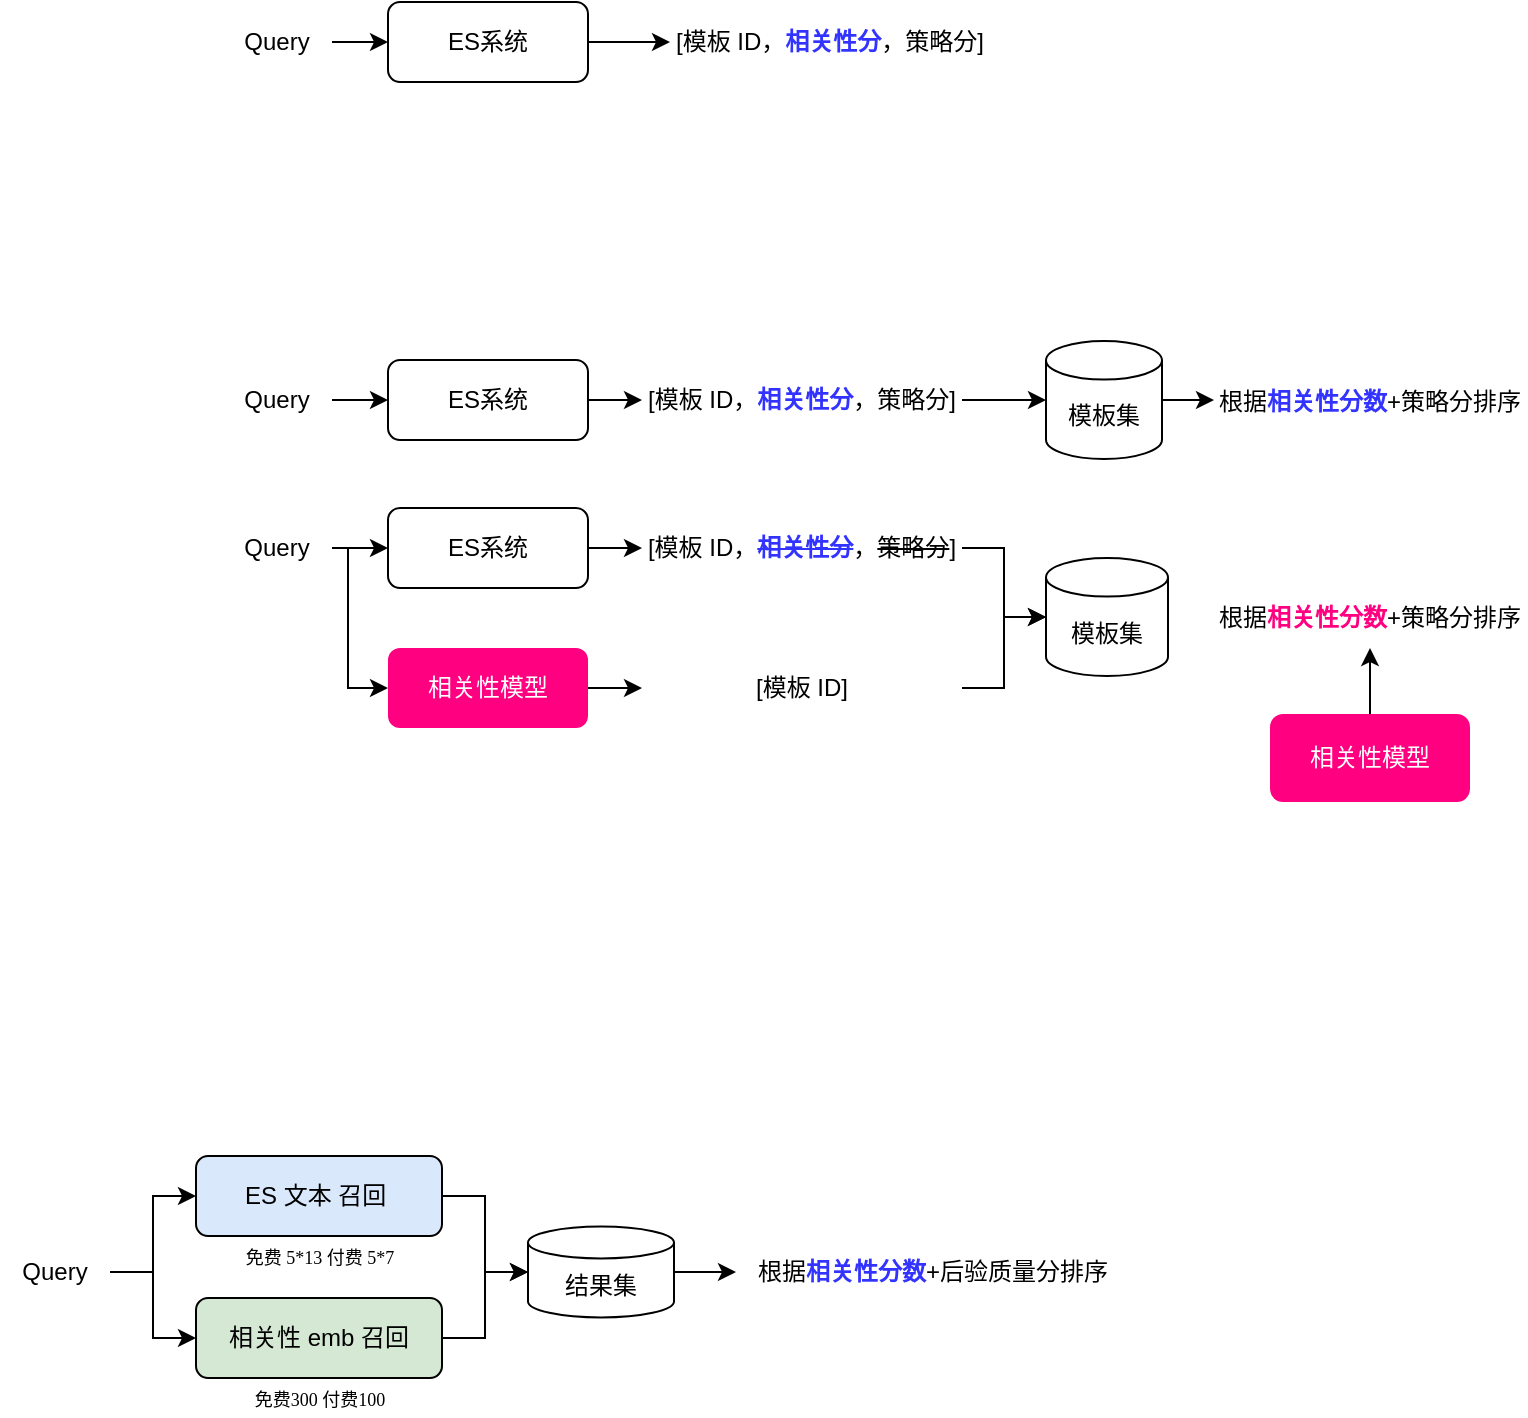
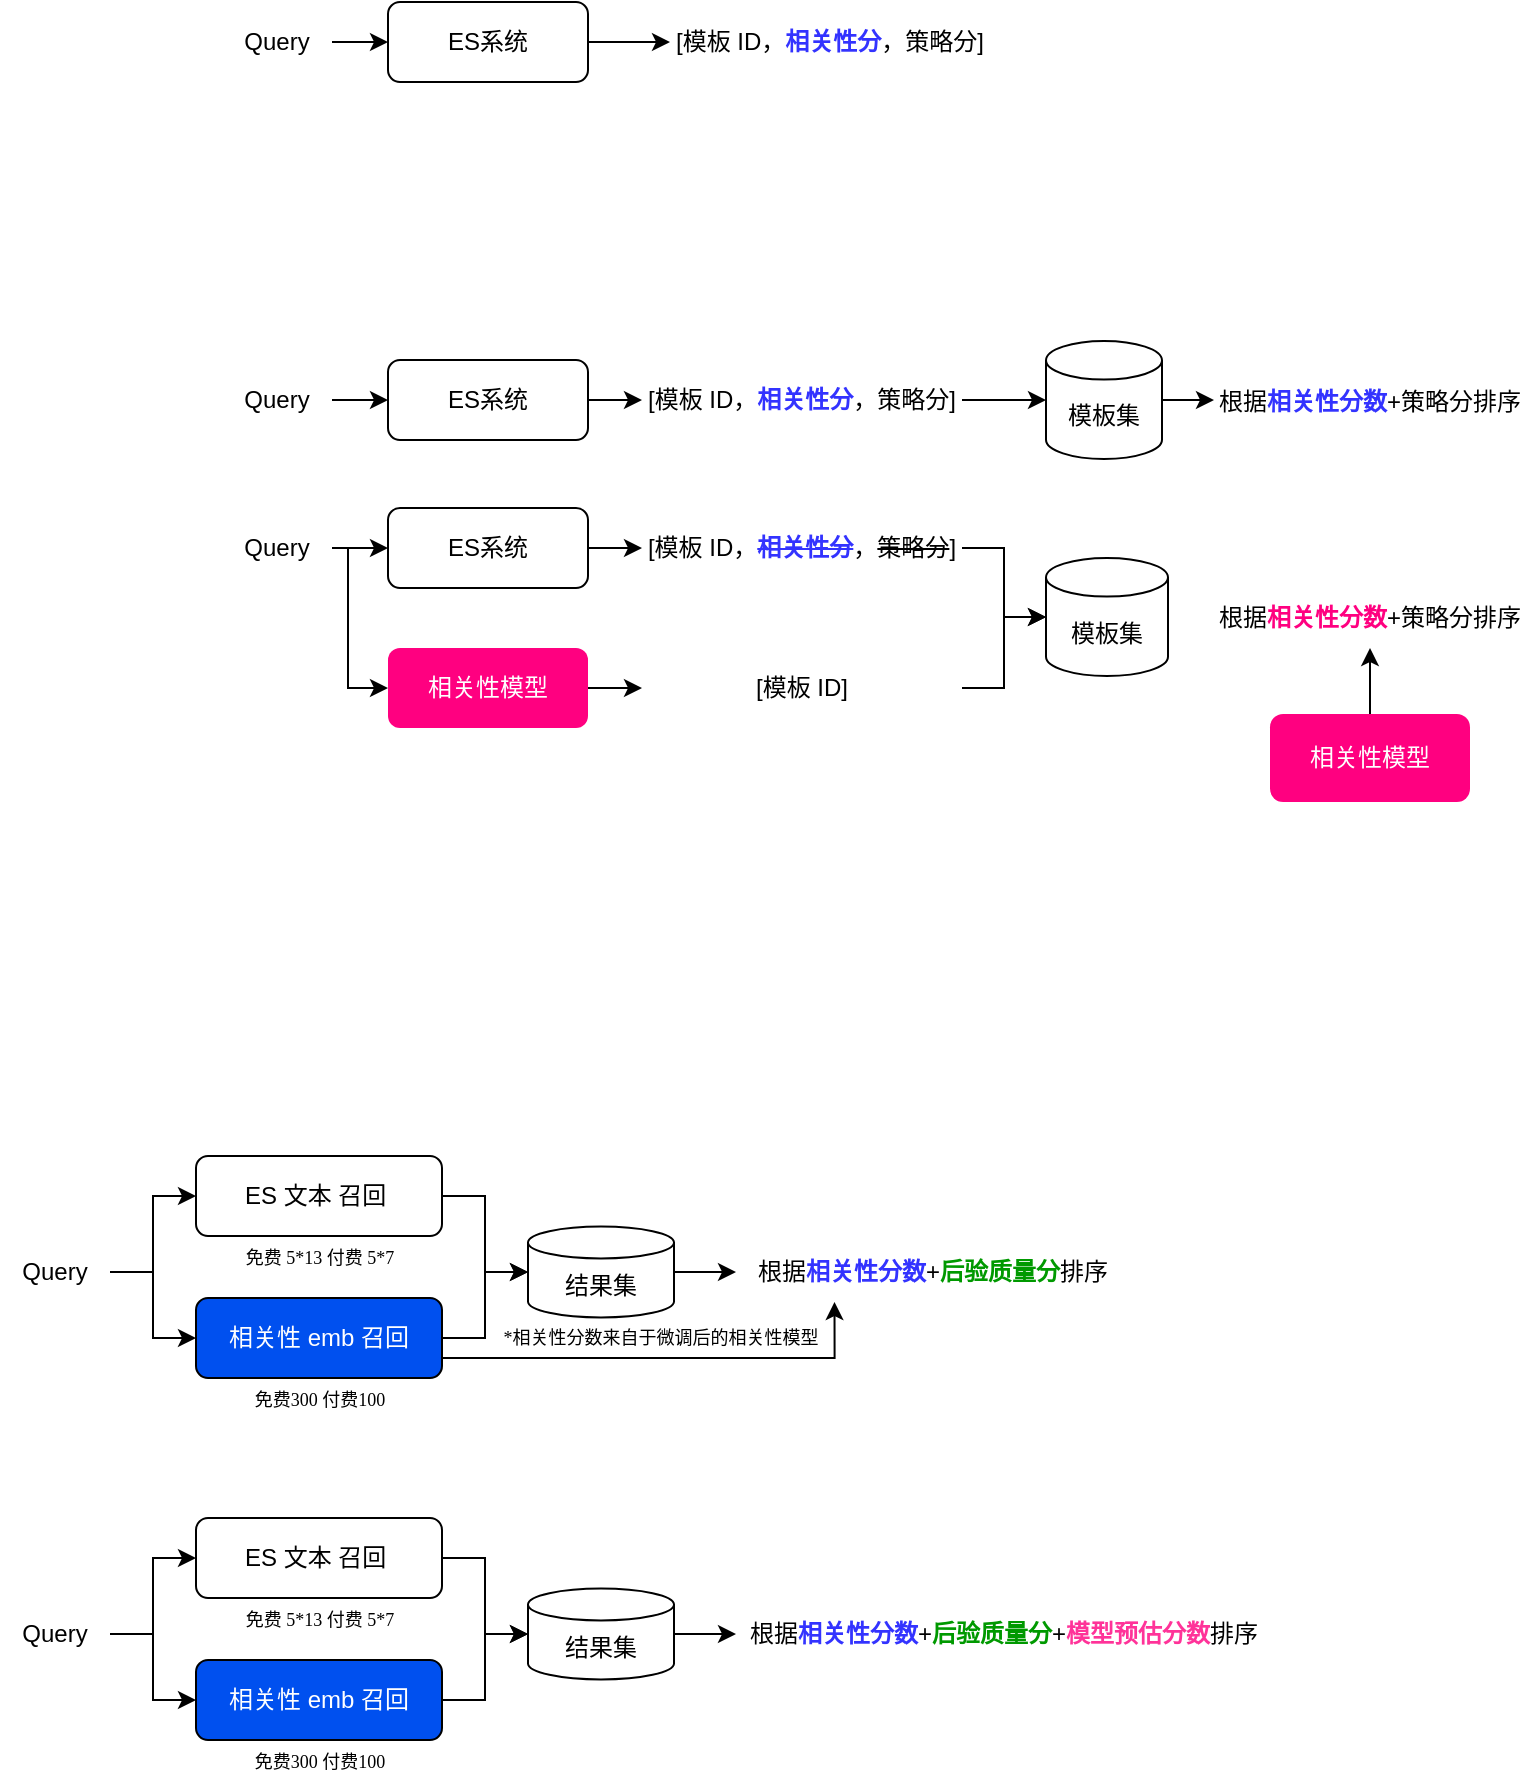
<mxfile host="app.diagrams.net" agent="Mozilla/5.0 (Macintosh; Intel Mac OS X 10_15_7) AppleWebKit/537.36 (KHTML, like Gecko) Chrome/144.0.0.0 Safari/537.36">
  <diagram name="第 1 页" id="uyMwIPwE8jGqM493bscI">
    <mxGraphModel dx="873" dy="504" grid="0" gridSize="10" guides="1" tooltips="1" connect="1" arrows="1" fold="1" page="0" pageScale="1" pageWidth="827" pageHeight="1169" math="0" shadow="0">
      <root>
        <mxCell id="0" />
        <mxCell id="1" parent="0" />
        <mxCell id="O6CiZJdHcVNpomKDh7BP-5" edge="1" parent="1" source="O6CiZJdHcVNpomKDh7BP-1" style="edgeStyle=orthogonalEdgeStyle;rounded=0;orthogonalLoop=1;jettySize=auto;html=1;" target="O6CiZJdHcVNpomKDh7BP-4" value="">
          <mxGeometry relative="1" as="geometry" />
        </mxCell>
        <mxCell id="O6CiZJdHcVNpomKDh7BP-1" parent="1" style="rounded=1;whiteSpace=wrap;html=1;" value="ES系统" vertex="1">
          <mxGeometry height="40" width="100" x="239" y="200" as="geometry" />
        </mxCell>
        <mxCell id="O6CiZJdHcVNpomKDh7BP-3" edge="1" parent="1" source="O6CiZJdHcVNpomKDh7BP-2" style="edgeStyle=orthogonalEdgeStyle;rounded=0;orthogonalLoop=1;jettySize=auto;html=1;" target="O6CiZJdHcVNpomKDh7BP-1" value="">
          <mxGeometry relative="1" as="geometry" />
        </mxCell>
        <mxCell id="O6CiZJdHcVNpomKDh7BP-2" parent="1" style="text;html=1;whiteSpace=wrap;strokeColor=none;fillColor=none;align=center;verticalAlign=middle;rounded=0;" value="Query" vertex="1">
          <mxGeometry height="30" width="55" x="156" y="205" as="geometry" />
        </mxCell>
        <mxCell id="O6CiZJdHcVNpomKDh7BP-4" parent="1" style="text;html=1;whiteSpace=wrap;strokeColor=none;fillColor=none;align=center;verticalAlign=middle;rounded=0;" value="[模板 ID，&lt;font style=&quot;color: rgb(51, 51, 255);&quot;&gt;&lt;b&gt;相关性分&lt;/b&gt;&lt;/font&gt;，策略分]" vertex="1">
          <mxGeometry height="30" width="160" x="380" y="205" as="geometry" />
        </mxCell>
        <mxCell id="O6CiZJdHcVNpomKDh7BP-6" edge="1" parent="1" source="O6CiZJdHcVNpomKDh7BP-7" style="edgeStyle=orthogonalEdgeStyle;rounded=0;orthogonalLoop=1;jettySize=auto;html=1;" target="O6CiZJdHcVNpomKDh7BP-10" value="">
          <mxGeometry relative="1" as="geometry" />
        </mxCell>
        <mxCell id="O6CiZJdHcVNpomKDh7BP-7" parent="1" style="rounded=1;whiteSpace=wrap;html=1;" value="ES系统" vertex="1">
          <mxGeometry height="40" width="100" x="239" y="379" as="geometry" />
        </mxCell>
        <mxCell id="O6CiZJdHcVNpomKDh7BP-8" edge="1" parent="1" source="O6CiZJdHcVNpomKDh7BP-9" style="edgeStyle=orthogonalEdgeStyle;rounded=0;orthogonalLoop=1;jettySize=auto;html=1;" target="O6CiZJdHcVNpomKDh7BP-7" value="">
          <mxGeometry relative="1" as="geometry" />
        </mxCell>
        <mxCell id="O6CiZJdHcVNpomKDh7BP-9" parent="1" style="text;html=1;whiteSpace=wrap;strokeColor=none;fillColor=none;align=center;verticalAlign=middle;rounded=0;" value="Query" vertex="1">
          <mxGeometry height="30" width="55" x="156" y="384" as="geometry" />
        </mxCell>
        <mxCell id="O6CiZJdHcVNpomKDh7BP-28" edge="1" parent="1" source="O6CiZJdHcVNpomKDh7BP-10" style="edgeStyle=orthogonalEdgeStyle;rounded=0;orthogonalLoop=1;jettySize=auto;html=1;exitX=1;exitY=0.5;exitDx=0;exitDy=0;" target="O6CiZJdHcVNpomKDh7BP-27">
          <mxGeometry relative="1" as="geometry" />
        </mxCell>
        <mxCell id="O6CiZJdHcVNpomKDh7BP-10" parent="1" style="text;html=1;whiteSpace=wrap;strokeColor=none;fillColor=none;align=center;verticalAlign=middle;rounded=0;" value="[模板 ID，&lt;font style=&quot;color: rgb(51, 51, 255);&quot;&gt;&lt;b&gt;相关性分&lt;/b&gt;&lt;/font&gt;，策略分]" vertex="1">
          <mxGeometry height="30" width="160" x="366" y="384" as="geometry" />
        </mxCell>
        <mxCell id="O6CiZJdHcVNpomKDh7BP-14" edge="1" parent="1" source="O6CiZJdHcVNpomKDh7BP-11" style="edgeStyle=orthogonalEdgeStyle;rounded=0;orthogonalLoop=1;jettySize=auto;html=1;" target="O6CiZJdHcVNpomKDh7BP-12" value="">
          <mxGeometry relative="1" as="geometry" />
        </mxCell>
        <mxCell id="O6CiZJdHcVNpomKDh7BP-15" edge="1" parent="1" source="O6CiZJdHcVNpomKDh7BP-11" style="edgeStyle=orthogonalEdgeStyle;rounded=0;orthogonalLoop=1;jettySize=auto;html=1;exitX=1;exitY=0.5;exitDx=0;exitDy=0;entryX=0;entryY=0.5;entryDx=0;entryDy=0;" target="O6CiZJdHcVNpomKDh7BP-18">
          <mxGeometry relative="1" as="geometry">
            <Array as="points">
              <mxPoint x="219" y="473" />
              <mxPoint x="219" y="543" />
              <mxPoint x="239" y="543" />
            </Array>
            <mxPoint x="239" y="543" as="targetPoint" />
          </mxGeometry>
        </mxCell>
        <mxCell id="O6CiZJdHcVNpomKDh7BP-11" parent="1" style="text;html=1;whiteSpace=wrap;strokeColor=none;fillColor=none;align=center;verticalAlign=middle;rounded=0;" value="Query" vertex="1">
          <mxGeometry height="30" width="55" x="156" y="458" as="geometry" />
        </mxCell>
        <mxCell id="O6CiZJdHcVNpomKDh7BP-17" edge="1" parent="1" source="O6CiZJdHcVNpomKDh7BP-12" style="edgeStyle=orthogonalEdgeStyle;rounded=0;orthogonalLoop=1;jettySize=auto;html=1;exitX=1;exitY=0.5;exitDx=0;exitDy=0;entryX=0;entryY=0.5;entryDx=0;entryDy=0;" target="O6CiZJdHcVNpomKDh7BP-16">
          <mxGeometry relative="1" as="geometry" />
        </mxCell>
        <mxCell id="O6CiZJdHcVNpomKDh7BP-12" parent="1" style="rounded=1;whiteSpace=wrap;html=1;" value="ES系统" vertex="1">
          <mxGeometry height="40" width="100" x="239" y="453" as="geometry" />
        </mxCell>
        <mxCell id="O6CiZJdHcVNpomKDh7BP-24" edge="1" parent="1" source="O6CiZJdHcVNpomKDh7BP-16" style="edgeStyle=orthogonalEdgeStyle;rounded=0;orthogonalLoop=1;jettySize=auto;html=1;exitX=1;exitY=0.5;exitDx=0;exitDy=0;" target="O6CiZJdHcVNpomKDh7BP-23">
          <mxGeometry relative="1" as="geometry" />
        </mxCell>
        <mxCell id="O6CiZJdHcVNpomKDh7BP-16" parent="1" style="text;html=1;whiteSpace=wrap;strokeColor=none;fillColor=none;align=center;verticalAlign=middle;rounded=0;" value="[模板 ID，&lt;font style=&quot;color: rgb(51, 51, 255);&quot;&gt;&lt;b&gt;&lt;strike&gt;相关性分&lt;/strike&gt;&lt;/b&gt;&lt;/font&gt;，&lt;strike&gt;策略分&lt;/strike&gt;]" vertex="1">
          <mxGeometry height="30" width="160" x="366" y="458" as="geometry" />
        </mxCell>
        <mxCell id="O6CiZJdHcVNpomKDh7BP-20" edge="1" parent="1" source="O6CiZJdHcVNpomKDh7BP-18" style="edgeStyle=orthogonalEdgeStyle;rounded=0;orthogonalLoop=1;jettySize=auto;html=1;" target="O6CiZJdHcVNpomKDh7BP-19">
          <mxGeometry relative="1" as="geometry" />
        </mxCell>
        <mxCell id="O6CiZJdHcVNpomKDh7BP-18" parent="1" style="rounded=1;whiteSpace=wrap;html=1;strokeColor=none;fontColor=#FFFFFF;fillColor=#FF0080;" value="相关性模型" vertex="1">
          <mxGeometry height="40" width="100" x="239" y="523" as="geometry" />
        </mxCell>
        <mxCell id="O6CiZJdHcVNpomKDh7BP-19" parent="1" style="text;html=1;whiteSpace=wrap;strokeColor=none;fillColor=none;align=center;verticalAlign=middle;rounded=0;" value="[模板 ID]" vertex="1">
          <mxGeometry height="30" width="160" x="366" y="528" as="geometry" />
        </mxCell>
        <mxCell id="O6CiZJdHcVNpomKDh7BP-32" edge="1" parent="1" source="O6CiZJdHcVNpomKDh7BP-21" style="edgeStyle=orthogonalEdgeStyle;rounded=0;orthogonalLoop=1;jettySize=auto;html=1;entryX=0.5;entryY=1;entryDx=0;entryDy=0;" target="O6CiZJdHcVNpomKDh7BP-31">
          <mxGeometry relative="1" as="geometry" />
        </mxCell>
        <mxCell id="O6CiZJdHcVNpomKDh7BP-21" parent="1" style="rounded=1;whiteSpace=wrap;html=1;fillColor=#FF0080;strokeColor=none;fontColor=#FFFFFF;" value="相关性模型" vertex="1">
          <mxGeometry height="44" width="100" x="680" y="556" as="geometry" />
        </mxCell>
        <mxCell id="O6CiZJdHcVNpomKDh7BP-23" parent="1" style="shape=cylinder3;whiteSpace=wrap;html=1;boundedLbl=1;backgroundOutline=1;size=9.647058823529392;" value="模板集" vertex="1">
          <mxGeometry height="59" width="61" x="568" y="478" as="geometry" />
        </mxCell>
        <mxCell id="O6CiZJdHcVNpomKDh7BP-26" edge="1" parent="1" source="O6CiZJdHcVNpomKDh7BP-19" style="edgeStyle=orthogonalEdgeStyle;rounded=0;orthogonalLoop=1;jettySize=auto;html=1;exitX=1;exitY=0.5;exitDx=0;exitDy=0;entryX=0;entryY=0.5;entryDx=0;entryDy=0;entryPerimeter=0;" target="O6CiZJdHcVNpomKDh7BP-23">
          <mxGeometry relative="1" as="geometry" />
        </mxCell>
        <mxCell id="O6CiZJdHcVNpomKDh7BP-30" edge="1" parent="1" source="O6CiZJdHcVNpomKDh7BP-27" style="edgeStyle=orthogonalEdgeStyle;rounded=0;orthogonalLoop=1;jettySize=auto;html=1;exitX=1;exitY=0.5;exitDx=0;exitDy=0;exitPerimeter=0;entryX=0;entryY=0.5;entryDx=0;entryDy=0;" target="O6CiZJdHcVNpomKDh7BP-29">
          <mxGeometry relative="1" as="geometry" />
        </mxCell>
        <mxCell id="O6CiZJdHcVNpomKDh7BP-27" parent="1" style="shape=cylinder3;whiteSpace=wrap;html=1;boundedLbl=1;backgroundOutline=1;size=9.647058823529392;" value="模板集" vertex="1">
          <mxGeometry height="59" width="58" x="568" y="369.5" as="geometry" />
        </mxCell>
        <mxCell id="O6CiZJdHcVNpomKDh7BP-29" parent="1" style="text;html=1;whiteSpace=wrap;strokeColor=none;fillColor=none;align=center;verticalAlign=middle;rounded=0;" value="根据&lt;font style=&quot;color: rgb(51, 51, 255);&quot;&gt;&lt;b&gt;相关性分数&lt;/b&gt;&lt;/font&gt;+策略分排序" vertex="1">
          <mxGeometry height="31" width="156" x="652" y="384" as="geometry" />
        </mxCell>
        <mxCell id="O6CiZJdHcVNpomKDh7BP-31" parent="1" style="text;html=1;whiteSpace=wrap;strokeColor=none;fillColor=none;align=center;verticalAlign=middle;rounded=0;" value="根据&lt;font style=&quot;color: rgb(255, 0, 128);&quot;&gt;&lt;b&gt;相关性分数&lt;/b&gt;&lt;/font&gt;+策略分排序" vertex="1">
          <mxGeometry height="31" width="156" x="652" y="492" as="geometry" />
        </mxCell>
        <mxCell id="GK8AZQt4zVpxBLM8WsAE-4" edge="1" parent="1" source="GK8AZQt4zVpxBLM8WsAE-1" style="edgeStyle=orthogonalEdgeStyle;rounded=0;orthogonalLoop=1;jettySize=auto;html=1;entryX=0;entryY=0.5;entryDx=0;entryDy=0;" target="GK8AZQt4zVpxBLM8WsAE-2">
          <mxGeometry relative="1" as="geometry" />
        </mxCell>
        <mxCell id="GK8AZQt4zVpxBLM8WsAE-5" edge="1" parent="1" source="GK8AZQt4zVpxBLM8WsAE-1" style="edgeStyle=orthogonalEdgeStyle;rounded=0;orthogonalLoop=1;jettySize=auto;html=1;exitX=1;exitY=0.5;exitDx=0;exitDy=0;entryX=0;entryY=0.5;entryDx=0;entryDy=0;" target="GK8AZQt4zVpxBLM8WsAE-3">
          <mxGeometry relative="1" as="geometry" />
        </mxCell>
        <mxCell id="GK8AZQt4zVpxBLM8WsAE-1" parent="1" style="text;html=1;whiteSpace=wrap;strokeColor=none;fillColor=none;align=center;verticalAlign=middle;rounded=0;" value="Query" vertex="1">
          <mxGeometry height="30" width="55" x="45" y="820" as="geometry" />
        </mxCell>
        <mxCell id="GK8AZQt4zVpxBLM8WsAE-6" edge="1" parent="1" source="GK8AZQt4zVpxBLM8WsAE-2" style="edgeStyle=orthogonalEdgeStyle;rounded=0;orthogonalLoop=1;jettySize=auto;html=1;exitX=1;exitY=0.5;exitDx=0;exitDy=0;entryX=0;entryY=0.5;entryDx=0;entryDy=0;entryPerimeter=0;" target="GK8AZQt4zVpxBLM8WsAE-9">
          <mxGeometry relative="1" as="geometry">
            <mxPoint x="297" y="832" as="targetPoint" />
          </mxGeometry>
        </mxCell>
-         <mxCell id="GK8AZQt4zVpxBLM8WsAE-2" parent="1" style="rounded=1;whiteSpace=wrap;html=1;fillColor=#dae8fc;strokeColor=#000000;" value="ES 文本 召回&lt;span style=&quot;background-color: transparent; color: light-dark(rgb(0, 0, 0), rgb(255, 255, 255));&quot;&gt;&amp;nbsp;&lt;/span&gt;" vertex="1">
+         <mxCell id="GK8AZQt4zVpxBLM8WsAE-2" parent="1" style="rounded=1;whiteSpace=wrap;html=1;" value="ES 文本 召回&lt;span style=&quot;background-color: transparent; color: light-dark(rgb(0, 0, 0), rgb(255, 255, 255));&quot;&gt;&amp;nbsp;&lt;/span&gt;" vertex="1">
          <mxGeometry height="40" width="123" x="143" y="777" as="geometry" />
        </mxCell>
        <mxCell id="GK8AZQt4zVpxBLM8WsAE-7" edge="1" parent="1" source="GK8AZQt4zVpxBLM8WsAE-3" style="edgeStyle=orthogonalEdgeStyle;rounded=0;orthogonalLoop=1;jettySize=auto;html=1;exitX=1;exitY=0.5;exitDx=0;exitDy=0;entryX=0;entryY=0.5;entryDx=0;entryDy=0;entryPerimeter=0;" target="GK8AZQt4zVpxBLM8WsAE-9">
          <mxGeometry relative="1" as="geometry">
            <mxPoint x="283.07142857142867" y="837.7142857142858" as="targetPoint" />
          </mxGeometry>
        </mxCell>
-         <mxCell id="GK8AZQt4zVpxBLM8WsAE-3" parent="1" style="rounded=1;whiteSpace=wrap;html=1;fillColor=#d5e8d4;strokeColor=#000000;" value="相关性 emb 召回" vertex="1">
+         <mxCell id="GK8AZQt4zVpxBLM8WsAE-29" edge="1" parent="1" source="GK8AZQt4zVpxBLM8WsAE-3" style="edgeStyle=orthogonalEdgeStyle;rounded=0;orthogonalLoop=1;jettySize=auto;html=1;exitX=1;exitY=0.75;exitDx=0;exitDy=0;entryX=0.25;entryY=1;entryDx=0;entryDy=0;" target="GK8AZQt4zVpxBLM8WsAE-14">
+           <mxGeometry relative="1" as="geometry" />
+         </mxCell>
+         <mxCell id="GK8AZQt4zVpxBLM8WsAE-3" parent="1" style="rounded=1;whiteSpace=wrap;html=1;fillColor=#0050ef;strokeColor=#000000;fontColor=#ffffff;" value="相关性 emb 召回" vertex="1">
          <mxGeometry height="40" width="123" x="143" y="848" as="geometry" />
        </mxCell>
        <mxCell id="GK8AZQt4zVpxBLM8WsAE-15" edge="1" parent="1" source="GK8AZQt4zVpxBLM8WsAE-9" style="edgeStyle=orthogonalEdgeStyle;rounded=0;orthogonalLoop=1;jettySize=auto;html=1;exitX=1;exitY=0.5;exitDx=0;exitDy=0;exitPerimeter=0;entryX=0;entryY=0.5;entryDx=0;entryDy=0;" target="GK8AZQt4zVpxBLM8WsAE-14">
          <mxGeometry relative="1" as="geometry" />
        </mxCell>
        <mxCell id="GK8AZQt4zVpxBLM8WsAE-9" parent="1" style="shape=cylinder3;whiteSpace=wrap;html=1;boundedLbl=1;backgroundOutline=1;size=8;" value="结果集" vertex="1">
          <mxGeometry height="45.5" width="73" x="309" y="812.25" as="geometry" />
        </mxCell>
        <mxCell id="GK8AZQt4zVpxBLM8WsAE-12" parent="1" style="text;html=1;whiteSpace=wrap;strokeColor=none;fillColor=none;align=center;verticalAlign=middle;rounded=0;fontFamily=宋体;fontSize=9;" value="免费300 付费100" vertex="1">
          <mxGeometry height="16" width="88" x="160.5" y="891" as="geometry" />
        </mxCell>
        <mxCell id="GK8AZQt4zVpxBLM8WsAE-13" parent="1" style="text;html=1;whiteSpace=wrap;strokeColor=none;fillColor=none;align=center;verticalAlign=middle;rounded=0;fontFamily=宋体;fontSize=9;" value="免费 5*13 付费 5*7" vertex="1">
          <mxGeometry height="16" width="88" x="160.5" y="820" as="geometry" />
        </mxCell>
-         <mxCell id="GK8AZQt4zVpxBLM8WsAE-14" parent="1" style="text;html=1;whiteSpace=wrap;strokeColor=none;fillColor=none;align=center;verticalAlign=middle;rounded=0;" value="根据&lt;font style=&quot;color: rgb(51, 51, 255);&quot;&gt;&lt;b&gt;相关性分数&lt;/b&gt;&lt;/font&gt;+后验质量分排序" vertex="1">
+         <mxCell id="GK8AZQt4zVpxBLM8WsAE-14" parent="1" style="text;html=1;whiteSpace=wrap;strokeColor=none;fillColor=none;align=center;verticalAlign=middle;rounded=0;" value="根据&lt;font style=&quot;color: rgb(51, 51, 255);&quot;&gt;&lt;b&gt;相关性分数&lt;/b&gt;&lt;/font&gt;+&lt;font style=&quot;color: rgb(0, 153, 0);&quot;&gt;&lt;b style=&quot;&quot;&gt;后验质量分&lt;/b&gt;&lt;/font&gt;排序" vertex="1">
          <mxGeometry height="31" width="197" x="413" y="819" as="geometry" />
+         </mxCell>
+         <mxCell id="GK8AZQt4zVpxBLM8WsAE-16" edge="1" parent="1" source="GK8AZQt4zVpxBLM8WsAE-18" style="edgeStyle=orthogonalEdgeStyle;rounded=0;orthogonalLoop=1;jettySize=auto;html=1;entryX=0;entryY=0.5;entryDx=0;entryDy=0;" target="GK8AZQt4zVpxBLM8WsAE-20">
+           <mxGeometry relative="1" as="geometry" />
+         </mxCell>
+         <mxCell id="GK8AZQt4zVpxBLM8WsAE-17" edge="1" parent="1" source="GK8AZQt4zVpxBLM8WsAE-18" style="edgeStyle=orthogonalEdgeStyle;rounded=0;orthogonalLoop=1;jettySize=auto;html=1;exitX=1;exitY=0.5;exitDx=0;exitDy=0;entryX=0;entryY=0.5;entryDx=0;entryDy=0;" target="GK8AZQt4zVpxBLM8WsAE-22">
+           <mxGeometry relative="1" as="geometry" />
+         </mxCell>
+         <mxCell id="GK8AZQt4zVpxBLM8WsAE-18" parent="1" style="text;html=1;whiteSpace=wrap;strokeColor=none;fillColor=none;align=center;verticalAlign=middle;rounded=0;" value="Query" vertex="1">
+           <mxGeometry height="30" width="55" x="45" y="1001" as="geometry" />
+         </mxCell>
+         <mxCell id="GK8AZQt4zVpxBLM8WsAE-19" edge="1" parent="1" source="GK8AZQt4zVpxBLM8WsAE-20" style="edgeStyle=orthogonalEdgeStyle;rounded=0;orthogonalLoop=1;jettySize=auto;html=1;exitX=1;exitY=0.5;exitDx=0;exitDy=0;entryX=0;entryY=0.5;entryDx=0;entryDy=0;entryPerimeter=0;" target="GK8AZQt4zVpxBLM8WsAE-24">
+           <mxGeometry relative="1" as="geometry">
+             <mxPoint x="297" y="1013" as="targetPoint" />
+           </mxGeometry>
+         </mxCell>
+         <mxCell id="GK8AZQt4zVpxBLM8WsAE-20" parent="1" style="rounded=1;whiteSpace=wrap;html=1;" value="ES 文本 召回&lt;span style=&quot;background-color: transparent; color: light-dark(rgb(0, 0, 0), rgb(255, 255, 255));&quot;&gt;&amp;nbsp;&lt;/span&gt;" vertex="1">
+           <mxGeometry height="40" width="123" x="143" y="958" as="geometry" />
+         </mxCell>
+         <mxCell id="GK8AZQt4zVpxBLM8WsAE-21" edge="1" parent="1" source="GK8AZQt4zVpxBLM8WsAE-22" style="edgeStyle=orthogonalEdgeStyle;rounded=0;orthogonalLoop=1;jettySize=auto;html=1;exitX=1;exitY=0.5;exitDx=0;exitDy=0;entryX=0;entryY=0.5;entryDx=0;entryDy=0;entryPerimeter=0;" target="GK8AZQt4zVpxBLM8WsAE-24">
+           <mxGeometry relative="1" as="geometry">
+             <mxPoint x="283.07142857142867" y="1018.7142857142858" as="targetPoint" />
+           </mxGeometry>
+         </mxCell>
+         <mxCell id="GK8AZQt4zVpxBLM8WsAE-22" parent="1" style="rounded=1;whiteSpace=wrap;html=1;fillColor=#0050ef;strokeColor=#000000;fontColor=#ffffff;" value="相关性 emb 召回" vertex="1">
+           <mxGeometry height="40" width="123" x="143" y="1029" as="geometry" />
+         </mxCell>
+         <mxCell id="GK8AZQt4zVpxBLM8WsAE-23" edge="1" parent="1" source="GK8AZQt4zVpxBLM8WsAE-24" style="edgeStyle=orthogonalEdgeStyle;rounded=0;orthogonalLoop=1;jettySize=auto;html=1;exitX=1;exitY=0.5;exitDx=0;exitDy=0;exitPerimeter=0;entryX=0;entryY=0.5;entryDx=0;entryDy=0;" target="GK8AZQt4zVpxBLM8WsAE-27">
+           <mxGeometry relative="1" as="geometry" />
+         </mxCell>
+         <mxCell id="GK8AZQt4zVpxBLM8WsAE-24" parent="1" style="shape=cylinder3;whiteSpace=wrap;html=1;boundedLbl=1;backgroundOutline=1;size=8;" value="结果集" vertex="1">
+           <mxGeometry height="45.5" width="73" x="309" y="993.25" as="geometry" />
+         </mxCell>
+         <mxCell id="GK8AZQt4zVpxBLM8WsAE-25" parent="1" style="text;html=1;whiteSpace=wrap;strokeColor=none;fillColor=none;align=center;verticalAlign=middle;rounded=0;fontFamily=宋体;fontSize=9;" value="免费300 付费100" vertex="1">
+           <mxGeometry height="16" width="88" x="160.5" y="1072" as="geometry" />
+         </mxCell>
+         <mxCell id="GK8AZQt4zVpxBLM8WsAE-26" parent="1" style="text;html=1;whiteSpace=wrap;strokeColor=none;fillColor=none;align=center;verticalAlign=middle;rounded=0;fontFamily=宋体;fontSize=9;" value="免费 5*13 付费 5*7" vertex="1">
+           <mxGeometry height="16" width="88" x="160.5" y="1001" as="geometry" />
+         </mxCell>
+         <mxCell id="GK8AZQt4zVpxBLM8WsAE-27" parent="1" style="text;html=1;whiteSpace=wrap;strokeColor=none;fillColor=none;align=center;verticalAlign=middle;rounded=0;" value="根据&lt;font style=&quot;color: rgb(51, 51, 255);&quot;&gt;&lt;b&gt;相关性分数&lt;/b&gt;&lt;/font&gt;+&lt;font&gt;&lt;b style=&quot;&quot;&gt;&lt;font style=&quot;color: light-dark(rgb(0, 153, 0), rgb(255, 106, 193));&quot;&gt;后验质量分&lt;/font&gt;&lt;/b&gt;&lt;font style=&quot;color: rgb(0, 0, 0);&quot;&gt;+&lt;/font&gt;&lt;b style=&quot;color: light-dark(rgb(255, 51, 153), rgb(255, 106, 193));&quot;&gt;模型预估分数&lt;/b&gt;&lt;/font&gt;排序" vertex="1">
+           <mxGeometry height="31" width="268" x="413" y="1000" as="geometry" />
+         </mxCell>
+         <mxCell id="GK8AZQt4zVpxBLM8WsAE-28" parent="1" style="text;html=1;whiteSpace=wrap;strokeColor=none;fillColor=none;align=center;verticalAlign=middle;rounded=0;fontFamily=宋体;fontSize=9;" value="*相关性分数来自于微调后的相关性模型" vertex="1">
+           <mxGeometry height="16" width="171" x="290" y="860" as="geometry" />
        </mxCell>
      </root>
    </mxGraphModel>
  </diagram>
</mxfile>
